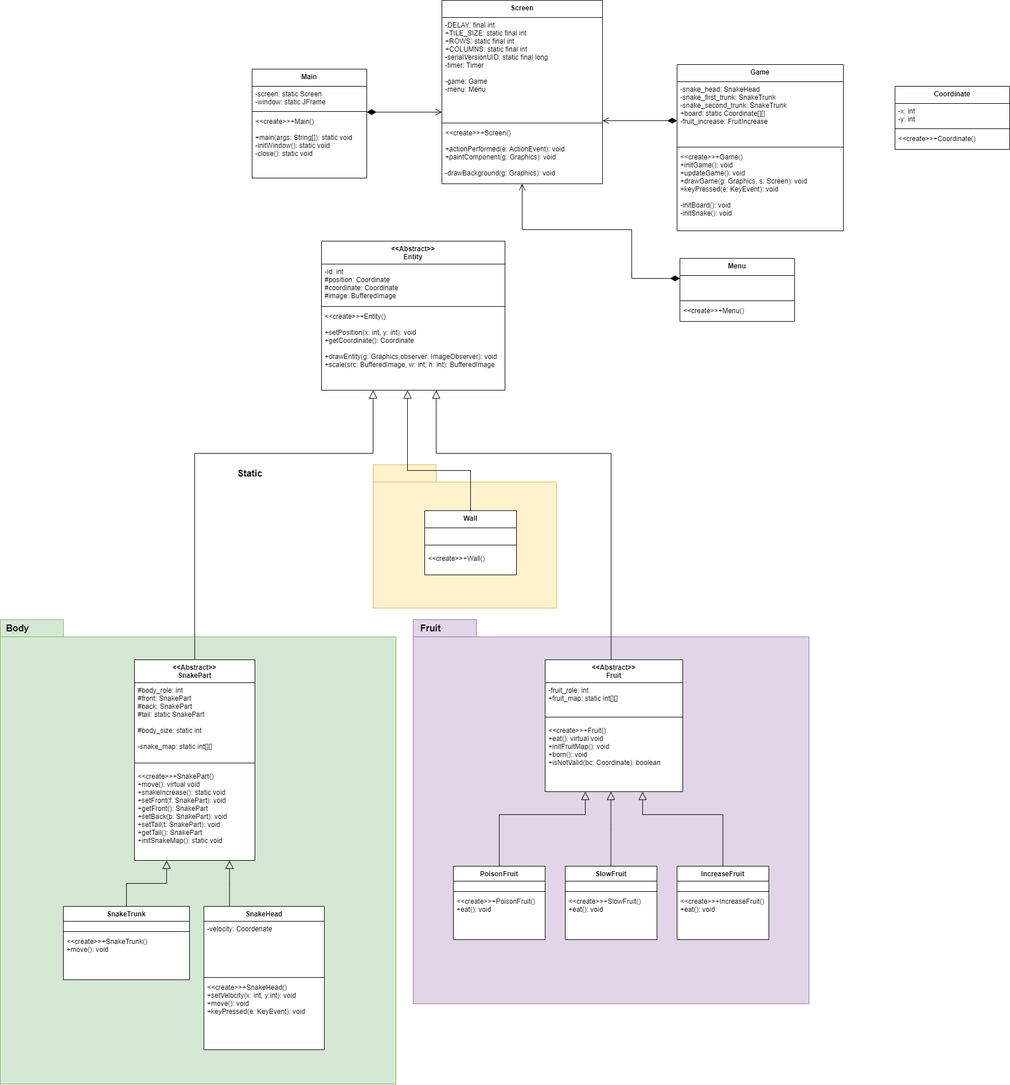
Above: snake-game-uml.drawio.png in daniapc/snake-game (draw.io), before the change. Source tidied: cells renumbered, new cells last; positions are measured from the earlier drawing's top-left corner, leaving out a move shared by most shapes.
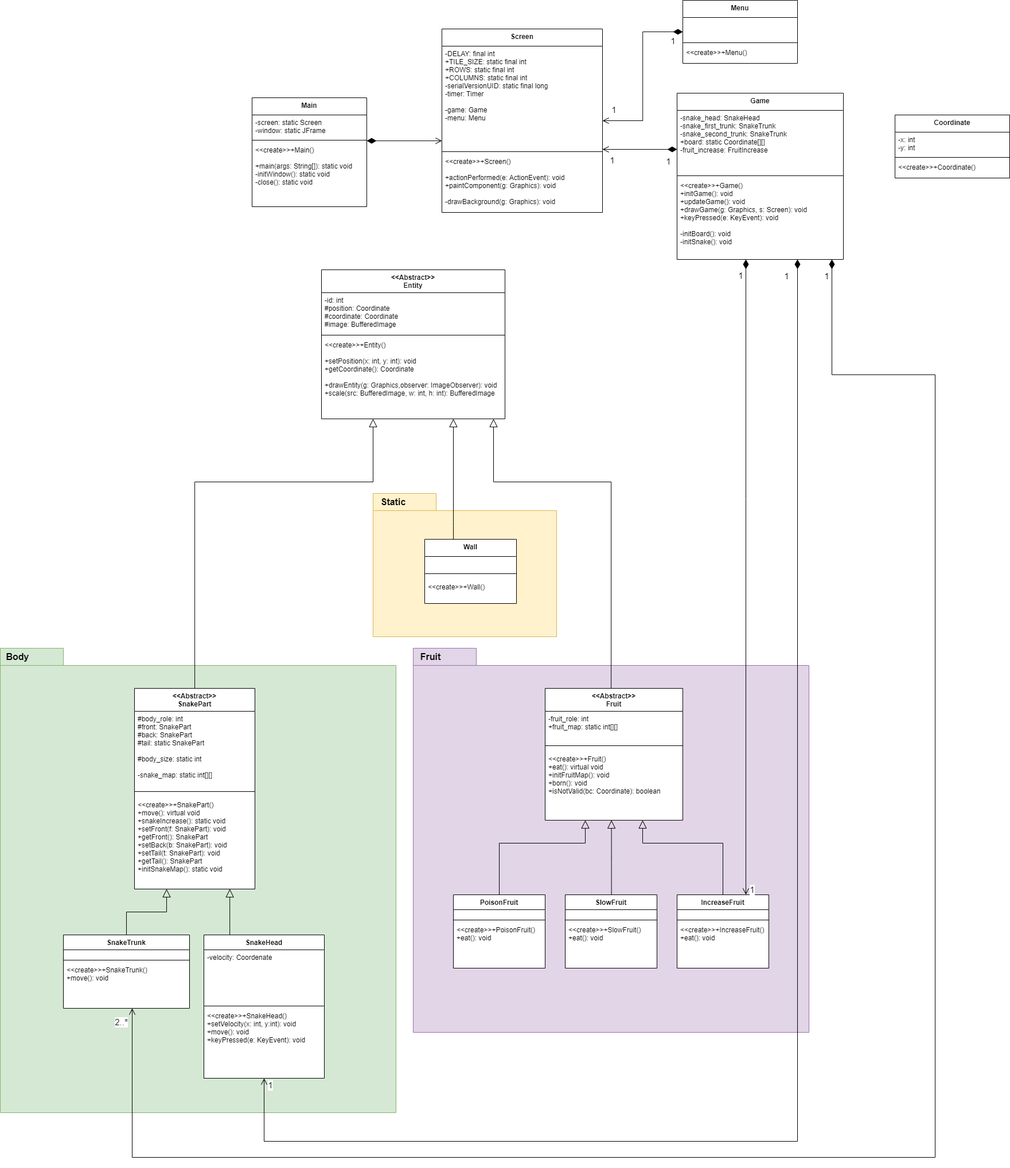
The same diagram one commit later.

Diff of the diagram source:
```diff
@@ -145,7 +145,7 @@
       <mxGeometry x="650" y="810" width="320" height="250" as="geometry" />
     </mxCell>
     <mxCell id="44" value="&lt;b&gt;&lt;font style=&quot;font-size: 16px;&quot;&gt;Static&lt;/font&gt;&lt;/b&gt;" style="text;html=1;align=center;verticalAlign=middle;strokeColor=none;fillColor=none;" parent="1" vertex="1">
-      <mxGeometry x="400" y="810" width="70" height="30" as="geometry" />
+      <mxGeometry x="650" y="810" width="70" height="30" as="geometry" />
     </mxCell>
     <mxCell id="45" value="Wall" style="swimlane;fontStyle=1;align=center;verticalAlign=top;horizontal=1;startSize=30;gradientColor=none;swimlaneFillColor=default;" parent="1" vertex="1">
       <mxGeometry x="740" y="890" width="160" height="112" as="geometry" />
@@ -170,15 +170,15 @@
     <mxCell id="50" style="endArrow=none;html=1;edgeStyle=orthogonalEdgeStyle;rounded=0;startArrow=block;startFill=0;endSize=6;startSize=12;elbow=vertical;" parent="1" edge="1" source="6" target="45">
       <mxGeometry relative="1" as="geometry">
         <Array as="points">
-          <mxPoint x="710" y="820" />
-          <mxPoint x="820" y="820" />
+          <mxPoint x="790" y="860" />
+          <mxPoint x="790" y="860" />
         </Array>
       </mxGeometry>
     </mxCell>
     <mxCell id="51" style="endArrow=none;html=1;edgeStyle=orthogonalEdgeStyle;rounded=0;startArrow=block;startFill=0;endSize=6;startSize=12;elbow=vertical;" parent="1" edge="1" source="6" target="24">
       <mxGeometry relative="1" as="geometry">
         <Array as="points">
-          <mxPoint x="760" y="790" />
+          <mxPoint x="860" y="790" />
           <mxPoint x="1065" y="790" />
         </Array>
       </mxGeometry>
@@ -228,7 +228,7 @@
       <mxGeometry y="148" width="290" height="142" as="geometry" />
     </mxCell>
     <mxCell id="65" value="Menu" style="swimlane;fontStyle=1;align=center;verticalAlign=top;horizontal=1;startSize=30;swimlaneFillColor=default;" parent="1" vertex="1">
-      <mxGeometry x="1185" y="450" width="200" height="110" as="geometry" />
+      <mxGeometry x="1190" y="-50" width="200" height="110" as="geometry" />
     </mxCell>
     <mxCell id="66" value=" " style="text;strokeColor=none;fillColor=none;align=left;verticalAlign=top;spacingLeft=4;spacingRight=4;overflow=hidden;" parent="65" vertex="1">
       <mxGeometry y="30" width="200" height="40" as="geometry" />
@@ -246,15 +246,29 @@
         </Array>
       </mxGeometry>
     </mxCell>
+    <mxCell id="75" value="1" style="edgeLabel;html=1;align=center;verticalAlign=middle;fontSize=15;" parent="69" vertex="1">
+      <mxGeometry x="0.8" y="-2" relative="1" as="geometry">
+        <mxPoint x="2" y="20" as="offset" />
+      </mxGeometry>
+    </mxCell>
+    <mxCell id="76" value="1" style="edgeLabel;html=1;align=center;verticalAlign=middle;fontSize=15;" parent="69" vertex="1">
+      <mxGeometry x="-0.75" y="3" relative="1" as="geometry">
+        <mxPoint y="17" as="offset" />
+      </mxGeometry>
+    </mxCell>
-    <mxCell id="70" style="endArrow=open;html=1;edgeStyle=orthogonalEdgeStyle;rounded=0;startArrow=diamondThin;startFill=1;endSize=9;startSize=14;endFill=0;" parent="1" edge="1" source="65" target="56">
-      <mxGeometry relative="1" as="geometry">
-        <Array as="points">
-          <mxPoint x="1101" y="485" />
-          <mxPoint x="1101" y="400" />
-          <mxPoint x="910" y="400" />
-        </Array>
-      </mxGeometry>
+    <mxCell id="70" style="endArrow=open;html=1;edgeStyle=elbowEdgeStyle;rounded=0;startArrow=diamondThin;startFill=1;endSize=9;startSize=14;endFill=0;" parent="1" edge="1" source="65" target="56">
+      <mxGeometry relative="1" as="geometry" />
     </mxCell>
+    <mxCell id="77" value="1" style="edgeLabel;html=1;align=center;verticalAlign=middle;fontSize=15;" parent="70" vertex="1">
+      <mxGeometry x="-0.88" relative="1" as="geometry">
+        <mxPoint y="15" as="offset" />
+      </mxGeometry>
+    </mxCell>
+    <mxCell id="78" value="1" style="edgeLabel;html=1;align=center;verticalAlign=middle;fontSize=15;" parent="70" vertex="1">
+      <mxGeometry x="0.88" y="-3" relative="1" as="geometry">
+        <mxPoint y="-17" as="offset" />
+      </mxGeometry>
+    </mxCell>
     <mxCell id="71" value="Coordinate" style="swimlane;fontStyle=1;align=center;verticalAlign=top;horizontal=1;startSize=30;swimlaneFillColor=default;" parent="1" vertex="1">
       <mxGeometry x="1560" y="150" width="200" height="110" as="geometry" />
     </mxCell>
@@ -267,5 +281,61 @@
     <mxCell id="74" value="&lt;&lt;create&gt;&gt;+Coordinate()" style="text;strokeColor=none;fillColor=none;align=left;verticalAlign=top;spacingLeft=4;spacingRight=4;overflow=hidden;" parent="71" vertex="1">
       <mxGeometry y="78" width="200" height="32" as="geometry" />
     </mxCell>
+    <mxCell id="79" style="endArrow=open;html=1;edgeStyle=orthogonalEdgeStyle;rounded=0;startArrow=diamondThin;startFill=1;endSize=9;startSize=14;endFill=0;" parent="1" edge="1" source="61" target="11">
+      <mxGeometry relative="1" as="geometry">
+        <Array as="points">
+          <mxPoint x="1390" y="1940" />
+          <mxPoint x="460" y="1940" />
+        </Array>
+      </mxGeometry>
+    </mxCell>
+    <mxCell id="80" value="1" style="edgeLabel;html=1;align=center;verticalAlign=middle;fontSize=15;" parent="79" vertex="1">
+      <mxGeometry x="-0.98" y="1" relative="1" as="geometry">
+        <mxPoint x="-21" y="8" as="offset" />
+      </mxGeometry>
+    </mxCell>
+    <mxCell id="81" value="1" style="edgeLabel;html=1;align=center;verticalAlign=middle;fontSize=15;" parent="79" vertex="1">
+      <mxGeometry x="0.99" relative="1" as="geometry">
+        <mxPoint x="10" as="offset" />
+      </mxGeometry>
+    </mxCell>
+    <mxCell id="82" style="endArrow=open;html=1;edgeStyle=orthogonalEdgeStyle;rounded=0;startArrow=diamondThin;startFill=1;endSize=9;startSize=14;endFill=0;" parent="1" edge="1" source="61" target="15">
+      <mxGeometry relative="1" as="geometry">
+        <Array as="points">
+          <mxPoint x="1450" y="603" />
+          <mxPoint x="1630" y="603" />
+          <mxPoint x="1630" y="1968" />
+          <mxPoint x="230" y="1968" />
+        </Array>
+      </mxGeometry>
+    </mxCell>
+    <mxCell id="83" value="1" style="edgeLabel;html=1;align=center;verticalAlign=middle;fontSize=15;" parent="82" vertex="1">
+      <mxGeometry x="-0.99" y="-2" relative="1" as="geometry">
+        <mxPoint x="-8" y="8" as="offset" />
+      </mxGeometry>
+    </mxCell>
+    <mxCell id="84" value="2..*" style="edgeLabel;html=1;align=center;verticalAlign=middle;fontSize=15;" parent="82" vertex="1">
+      <mxGeometry x="0.99" y="-2" relative="1" as="geometry">
+        <mxPoint x="-22" y="12" as="offset" />
+      </mxGeometry>
+    </mxCell>
+    <mxCell id="85" style="endArrow=open;html=1;edgeStyle=orthogonalEdgeStyle;rounded=0;startArrow=diamondThin;startFill=1;endSize=9;startSize=14;endFill=0;" parent="1" edge="1" source="64" target="36">
+      <mxGeometry relative="1" as="geometry">
+        <Array as="points">
+          <mxPoint x="1300" y="820" />
+          <mxPoint x="1300" y="820" />
+        </Array>
+      </mxGeometry>
+    </mxCell>
+    <mxCell id="86" value="1" style="edgeLabel;html=1;align=center;verticalAlign=middle;fontSize=15;" parent="85" vertex="1">
+      <mxGeometry x="-0.97" y="-2" relative="1" as="geometry">
+        <mxPoint x="-8" y="11" as="offset" />
+      </mxGeometry>
+    </mxCell>
+    <mxCell id="87" value="1" style="edgeLabel;html=1;align=center;verticalAlign=middle;fontSize=15;" parent="85" vertex="1">
+      <mxGeometry x="0.98" y="-2" relative="1" as="geometry">
+        <mxPoint x="12" as="offset" />
+      </mxGeometry>
+    </mxCell>
   </root>
 </mxGraphModel>
```
